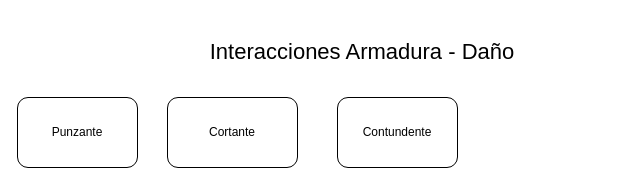
Before: Documentacion/Unidad/ObjetoUnidadArmaduraDaño.drawio in QuaaDev/Proyecto-Wesnoth, a draw.io diagram. Source tidied: cells renumbered, new cells numbered last; positions are measured from the earlier drawing's top-left corner, leaving out a move shared by most shapes. Both pictures are drawn from the tidied source at 100%, with x=0, y=0 at pixel (17, 17).
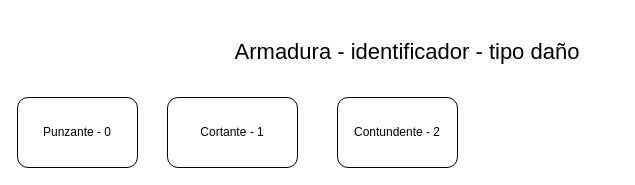
After the change.

Diff of the diagram source:
```diff
@@
 <mxGraphModel>
   <root>
     <mxCell id="0" />
     <mxCell id="1" parent="0" />
-    <mxCell id="2" value="Interacciones Armadura - Daño" style="text;html=1;whiteSpace=wrap;strokeColor=none;fillColor=none;align=center;verticalAlign=middle;rounded=0;fontSize=22;" parent="1" vertex="1">
-      <mxGeometry x="180" width="330" height="70" as="geometry" />
+    <mxCell id="2" value="Armadura - identificador - tipo daño" style="text;html=1;whiteSpace=wrap;strokeColor=none;fillColor=none;align=center;verticalAlign=middle;rounded=0;fontSize=22;" parent="1" vertex="1">
+      <mxGeometry x="180" width="420" height="70" as="geometry" />
     </mxCell>
-    <mxCell id="3" value="Punzante" style="rounded=1;whiteSpace=wrap;html=1;" parent="1" vertex="1">
+    <mxCell id="3" value="Punzante - 0" style="rounded=1;whiteSpace=wrap;html=1;" parent="1" vertex="1">
       <mxGeometry y="80" width="120" height="70" as="geometry" />
     </mxCell>
-    <mxCell id="4" value="Cortante" style="rounded=1;whiteSpace=wrap;html=1;" parent="1" vertex="1">
+    <mxCell id="4" value="Cortante - 1" style="rounded=1;whiteSpace=wrap;html=1;" parent="1" vertex="1">
       <mxGeometry x="150" y="80" width="130" height="70" as="geometry" />
     </mxCell>
-    <mxCell id="5" value="Contundente" style="rounded=1;whiteSpace=wrap;html=1;" parent="1" vertex="1">
+    <mxCell id="5" value="Contundente - 2" style="rounded=1;whiteSpace=wrap;html=1;" parent="1" vertex="1">
       <mxGeometry x="320" y="80" width="120" height="70" as="geometry" />
     </mxCell>
   </root>
 </mxGraphModel>
```
